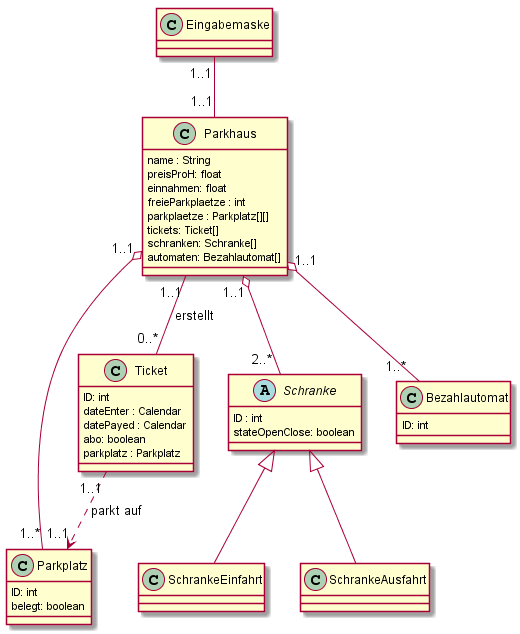
sheepy18/Digital_Parkhaus keeps this PlantUML diagram as UML/Class_Diagram.png. Above is the earlier version. The source it was exported from:
```plantuml
@startuml
class Eingabemaske {
}
class Parkhaus {
  name : String
  preisProH: float
  einnahmen: float
  freieParkplaetze : int
  parkplaetze : Parkplatz[][]
  tickets: Ticket[]
  schranken: Schranke[]
  automaten: Bezahlautomat[]
}
class Ticket {
   ID: int
   dateEnter : Calendar
   datePayed : Calendar
   abo: boolean
   parkplatz : Parkplatz
}
abstract class Schranke{
    ID : int
    stateOpenClose: boolean
}
class SchrankeEinfahrt{
}
class SchrankeAusfahrt{
}
class Bezahlautomat {
     ID: int
}

class Parkplatz{
     ID: int
     belegt: boolean
}
Eingabemaske "1..1" -- "1..1" Parkhaus
Parkhaus "1..1" -- "0..*" Ticket: erstellt
Parkhaus  "1..1" o--  "2..* " Schranke
Parkhaus  "1..1" o--  "1..* " Bezahlautomat
Parkhaus  "1..1" o-- "1..*" Parkplatz
Ticket "1..1" -.> "1..1" Parkplatz: parkt auf
Schranke <|-- SchrankeEinfahrt
Schranke <|-- SchrankeAusfahrt
@enduml
```
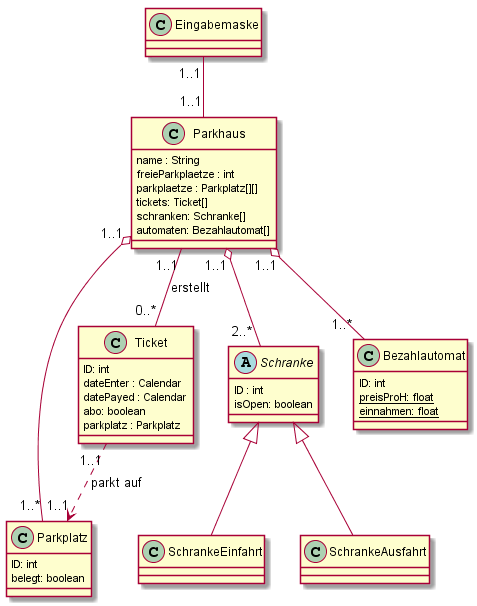
The same diagram one commit later.

Commit message:
Anpassungen im Klassendiagramm

What changed in the source:
```diff
@@ -3,8 +3,6 @@
 }
 class Parkhaus {
   name : String
-  preisProH: float
-  einnahmen: float
   freieParkplaetze : int
   parkplaetze : Parkplatz[][]
   tickets: Ticket[]
@@ -20,7 +18,7 @@
 }
 abstract class Schranke{
     ID : int
-    stateOpenClose: boolean
+    isOpen: boolean
 }
 class SchrankeEinfahrt{
 }
@@ -28,6 +26,8 @@
 }
 class Bezahlautomat {
      ID: int
+  {static}preisProH: float
+  {static}einnahmen: float
 }
 
 class Parkplatz{
```
